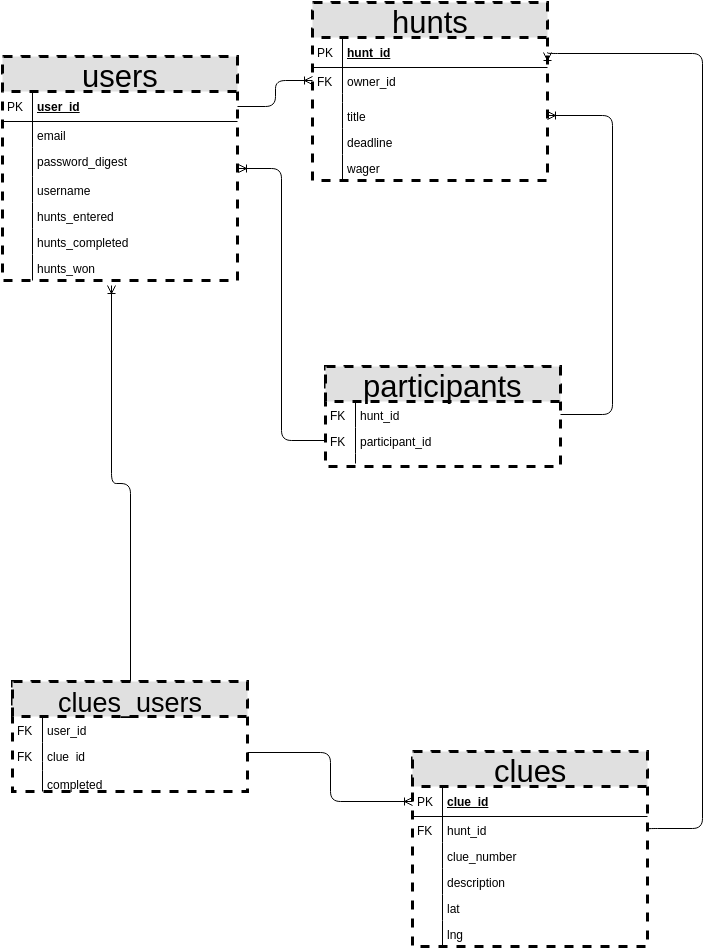
Earlier version of the draw.io export scavenger_erd.png (dropTHATdatabase/project3). Source tidied: cells renumbered, new cells last; positions are measured from the earlier drawing's top-left corner, leaving out a move shared by most shapes.
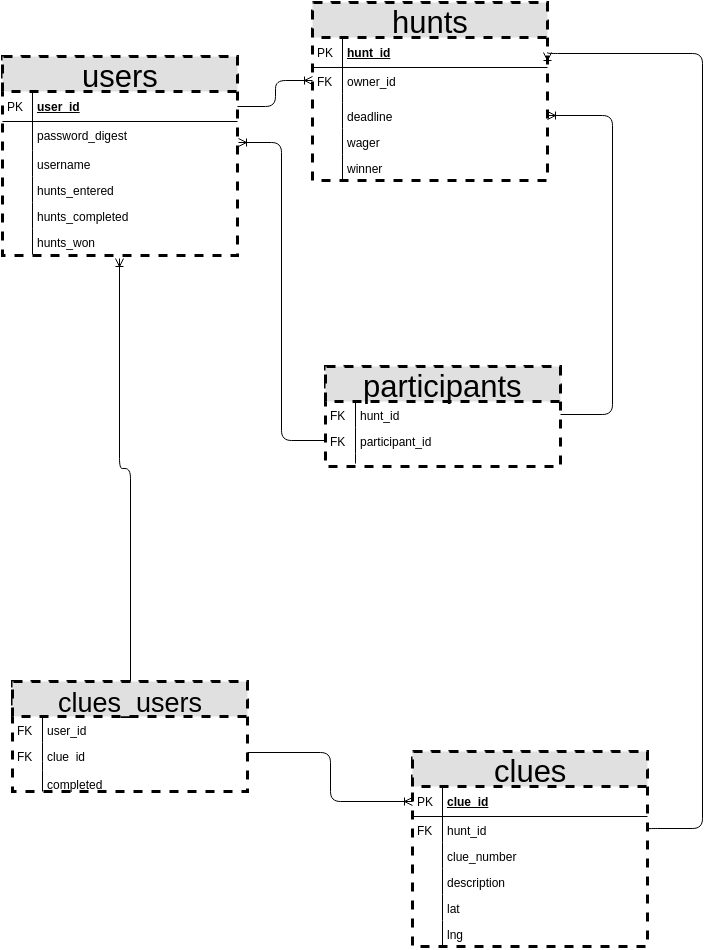
After the change.

The edit, as a diff of the source:
```diff
@@ -3,7 +3,7 @@
     <mxCell id="0" />
     <mxCell id="1" parent="0" />
     <mxCell id="2" value="users" style="swimlane;html=1;fontStyle=0;horizontal=1;startSize=35;fillColor=#e0e0e0;swimlaneFillColor=#ffffff;dashed=1;strokeWidth=3;fontSize=31;fontColor=#000000;align=center;" parent="1" vertex="1">
-      <mxGeometry y="54" width="235" height="224" as="geometry" />
+      <mxGeometry y="54" width="235" height="199" as="geometry" />
     </mxCell>
     <mxCell id="3" value="user_id" style="shape=partialRectangle;top=0;left=0;right=0;bottom=1;html=1;align=left;verticalAlign=middle;fillColor=none;spacingLeft=34;spacingRight=4;whiteSpace=wrap;overflow=hidden;points=[[0,0.5],[1,0.5]];portConstraint=eastwest;fontStyle=5;" parent="2" vertex="1">
       <mxGeometry y="35" width="235" height="30" as="geometry" />
@@ -11,38 +11,32 @@
     <mxCell id="4" value="PK" style="shape=partialRectangle;top=0;left=0;bottom=0;html=1;fillColor=none;align=left;verticalAlign=middle;spacingLeft=4;spacingRight=4;whiteSpace=wrap;overflow=hidden;" parent="3" vertex="1">
       <mxGeometry width="30" height="30" as="geometry" />
     </mxCell>
-    <mxCell id="5" value="email" style="shape=partialRectangle;top=0;left=0;right=0;bottom=0;html=1;align=left;verticalAlign=top;fillColor=none;spacingLeft=34;spacingRight=4;whiteSpace=wrap;overflow=hidden;" parent="2" vertex="1">
-      <mxGeometry y="65" width="235" height="26" as="geometry" />
-    </mxCell>
-    <mxCell id="6" style="shape=partialRectangle;top=0;left=0;bottom=0;html=1;fillColor=none;align=left;verticalAlign=top;spacingLeft=4;spacingRight=4;whiteSpace=wrap;overflow=hidden;" parent="5" vertex="1">
-      <mxGeometry width="30" height="26" as="geometry" />
-    </mxCell>
     <mxCell id="7" value="password_digest" style="shape=partialRectangle;top=0;left=0;right=0;bottom=0;html=1;align=left;verticalAlign=top;fillColor=none;spacingLeft=34;spacingRight=4;whiteSpace=wrap;overflow=hidden;points=[[0,0.5],[1,0.5]];portConstraint=eastwest;" parent="2" vertex="1">
-      <mxGeometry y="91" width="235" height="29" as="geometry" />
+      <mxGeometry y="65" width="235" height="29" as="geometry" />
     </mxCell>
     <mxCell id="8" style="shape=partialRectangle;top=0;left=0;bottom=0;html=1;fillColor=none;align=left;verticalAlign=top;spacingLeft=4;spacingRight=4;whiteSpace=wrap;overflow=hidden;" parent="7" vertex="1">
       <mxGeometry width="30" height="29" as="geometry" />
     </mxCell>
     <mxCell id="9" value="username" style="shape=partialRectangle;top=0;left=0;right=0;bottom=0;html=1;align=left;verticalAlign=top;fillColor=none;spacingLeft=34;spacingRight=4;whiteSpace=wrap;overflow=hidden;" parent="2" vertex="1">
-      <mxGeometry y="120" width="235" height="26" as="geometry" />
+      <mxGeometry y="94" width="235" height="26" as="geometry" />
     </mxCell>
     <mxCell id="10" style="shape=partialRectangle;top=0;left=0;bottom=0;html=1;fillColor=none;align=left;verticalAlign=top;spacingLeft=4;spacingRight=4;whiteSpace=wrap;overflow=hidden;" parent="9" vertex="1">
       <mxGeometry width="30" height="26" as="geometry" />
     </mxCell>
     <mxCell id="11" value="hunts_entered" style="shape=partialRectangle;top=0;left=0;right=0;bottom=0;html=1;align=left;verticalAlign=top;fillColor=none;spacingLeft=34;spacingRight=4;whiteSpace=wrap;overflow=hidden;" parent="2" vertex="1">
-      <mxGeometry y="146" width="235" height="26" as="geometry" />
+      <mxGeometry y="120" width="235" height="26" as="geometry" />
     </mxCell>
     <mxCell id="12" style="shape=partialRectangle;top=0;left=0;bottom=0;html=1;fillColor=none;align=left;verticalAlign=top;spacingLeft=4;spacingRight=4;whiteSpace=wrap;overflow=hidden;" parent="11" vertex="1">
       <mxGeometry width="30" height="26" as="geometry" />
     </mxCell>
     <mxCell id="13" value="hunts_completed" style="shape=partialRectangle;top=0;left=0;right=0;bottom=0;html=1;align=left;verticalAlign=top;fillColor=none;spacingLeft=34;spacingRight=4;whiteSpace=wrap;overflow=hidden;" parent="2" vertex="1">
-      <mxGeometry y="172" width="235" height="26" as="geometry" />
+      <mxGeometry y="146" width="235" height="26" as="geometry" />
     </mxCell>
     <mxCell id="14" style="shape=partialRectangle;top=0;left=0;bottom=0;html=1;fillColor=none;align=left;verticalAlign=top;spacingLeft=4;spacingRight=4;whiteSpace=wrap;overflow=hidden;" parent="13" vertex="1">
       <mxGeometry width="30" height="26" as="geometry" />
     </mxCell>
     <mxCell id="15" value="hunts_won" style="shape=partialRectangle;top=0;left=0;right=0;bottom=0;html=1;align=left;verticalAlign=top;fillColor=none;spacingLeft=34;spacingRight=4;whiteSpace=wrap;overflow=hidden;points=[[0,0.5],[1,0.5]];portConstraint=eastwest;" parent="2" vertex="1">
-      <mxGeometry y="198" width="235" height="26" as="geometry" />
+      <mxGeometry y="172" width="235" height="26" as="geometry" />
     </mxCell>
     <mxCell id="16" style="shape=partialRectangle;top=0;left=0;bottom=0;html=1;fillColor=none;align=left;verticalAlign=top;spacingLeft=4;spacingRight=4;whiteSpace=wrap;overflow=hidden;" parent="15" vertex="1">
       <mxGeometry width="30" height="26" as="geometry" />
@@ -68,24 +62,24 @@
     <mxCell id="23" style="shape=partialRectangle;top=0;left=0;bottom=0;html=1;fillColor=none;align=left;verticalAlign=top;spacingLeft=4;spacingRight=4;whiteSpace=wrap;overflow=hidden;" parent="22" vertex="1">
       <mxGeometry width="30" height="9" as="geometry" />
     </mxCell>
-    <mxCell id="24" value="title" style="shape=partialRectangle;top=0;left=0;right=0;bottom=0;html=1;align=left;verticalAlign=top;fillColor=none;spacingLeft=34;spacingRight=4;whiteSpace=wrap;overflow=hidden;points=[[0,0.5],[1,0.5]];portConstraint=eastwest;" parent="17" vertex="1">
-      <mxGeometry y="100" width="235" height="26" as="geometry" />
-    </mxCell>
-    <mxCell id="25" style="shape=partialRectangle;top=0;left=0;bottom=0;html=1;fillColor=none;align=left;verticalAlign=top;spacingLeft=4;spacingRight=4;whiteSpace=wrap;overflow=hidden;" parent="24" vertex="1">
-      <mxGeometry width="30" height="26" as="geometry" />
-    </mxCell>
     <mxCell id="26" value="deadline" style="shape=partialRectangle;top=0;left=0;right=0;bottom=0;html=1;align=left;verticalAlign=top;fillColor=none;spacingLeft=34;spacingRight=4;whiteSpace=wrap;overflow=hidden;" parent="17" vertex="1">
-      <mxGeometry y="126" width="235" height="26" as="geometry" />
+      <mxGeometry y="100" width="235" height="26" as="geometry" />
     </mxCell>
     <mxCell id="27" style="shape=partialRectangle;top=0;left=0;bottom=0;html=1;fillColor=none;align=left;verticalAlign=top;spacingLeft=4;spacingRight=4;whiteSpace=wrap;overflow=hidden;" parent="26" vertex="1">
       <mxGeometry width="30" height="26" as="geometry" />
     </mxCell>
     <mxCell id="28" value="wager" style="shape=partialRectangle;top=0;left=0;right=0;bottom=0;html=1;align=left;verticalAlign=top;fillColor=none;spacingLeft=34;spacingRight=4;whiteSpace=wrap;overflow=hidden;" parent="17" vertex="1">
-      <mxGeometry y="152" width="235" height="26" as="geometry" />
+      <mxGeometry y="126" width="235" height="26" as="geometry" />
     </mxCell>
     <mxCell id="29" style="shape=partialRectangle;top=0;left=0;bottom=0;html=1;fillColor=none;align=left;verticalAlign=top;spacingLeft=4;spacingRight=4;whiteSpace=wrap;overflow=hidden;" parent="28" vertex="1">
       <mxGeometry width="30" height="26" as="geometry" />
     </mxCell>
+    <mxCell id="65" value="winner" style="shape=partialRectangle;top=0;left=0;right=0;bottom=0;html=1;align=left;verticalAlign=top;fillColor=none;spacingLeft=34;spacingRight=4;whiteSpace=wrap;overflow=hidden;" parent="17" vertex="1">
+      <mxGeometry y="152" width="235" height="26" as="geometry" />
+    </mxCell>
+    <mxCell id="66" style="shape=partialRectangle;top=0;left=0;bottom=0;html=1;fillColor=none;align=left;verticalAlign=top;spacingLeft=4;spacingRight=4;whiteSpace=wrap;overflow=hidden;" parent="65" vertex="1">
+      <mxGeometry width="30" height="26" as="geometry" />
+    </mxCell>
     <mxCell id="30" value="clues" style="swimlane;html=1;fontStyle=0;horizontal=1;startSize=35;fillColor=#e0e0e0;swimlaneFillColor=#ffffff;dashed=1;strokeWidth=3;fontSize=31;fontColor=#000000;align=center;" parent="1" vertex="1">
       <mxGeometry x="410" y="749" width="235" height="195" as="geometry" />
     </mxCell>
@@ -187,13 +181,17 @@
     <mxCell id="61" style="shape=partialRectangle;top=0;left=0;bottom=0;html=1;fillColor=none;align=left;verticalAlign=top;spacingLeft=4;spacingRight=4;whiteSpace=wrap;overflow=hidden;" parent="60" vertex="1">
       <mxGeometry width="30" height="10" as="geometry" />
     </mxCell>
-    <mxCell id="62" style="html=1;endArrow=ERoneToMany;fontSize=31;fontColor=#000000;exitX=0.5;exitY=0;edgeStyle=orthogonalEdgeStyle;" parent="1" edge="1" source="44">
+    <mxCell id="62" style="html=1;endArrow=ERoneToMany;fontSize=31;fontColor=#000000;exitX=0.5;exitY=0;edgeStyle=orthogonalEdgeStyle;entryX=0.498;entryY=1.154;entryPerimeter=0;" parent="1" edge="1" source="44" target="15">
       <mxGeometry relative="1" as="geometry">
-        <mxPoint x="109" y="283" as="targetPoint" />
+        <Array as="points">
+          <mxPoint x="128" y="466" />
+          <mxPoint x="117" y="466" />
+        </Array>
       </mxGeometry>
     </mxCell>
-    <mxCell id="63" style="edgeStyle=orthogonalEdgeStyle;html=1;endArrow=ERoneToMany;fontSize=31;fontColor=#000000;exitX=1;exitY=0.5;entryX=1;entryY=0.5;" parent="1" edge="1" source="56" target="24">
+    <mxCell id="63" style="edgeStyle=orthogonalEdgeStyle;html=1;endArrow=ERoneToMany;fontSize=31;fontColor=#000000;exitX=1;exitY=0.5;entryX=1;entryY=0.5;" parent="1" edge="1" source="56">
       <mxGeometry relative="1" as="geometry">
+        <mxPoint x="545" y="113" as="targetPoint" />
         <Array as="points">
           <mxPoint x="610" y="412" />
           <mxPoint x="610" y="113" />
```
